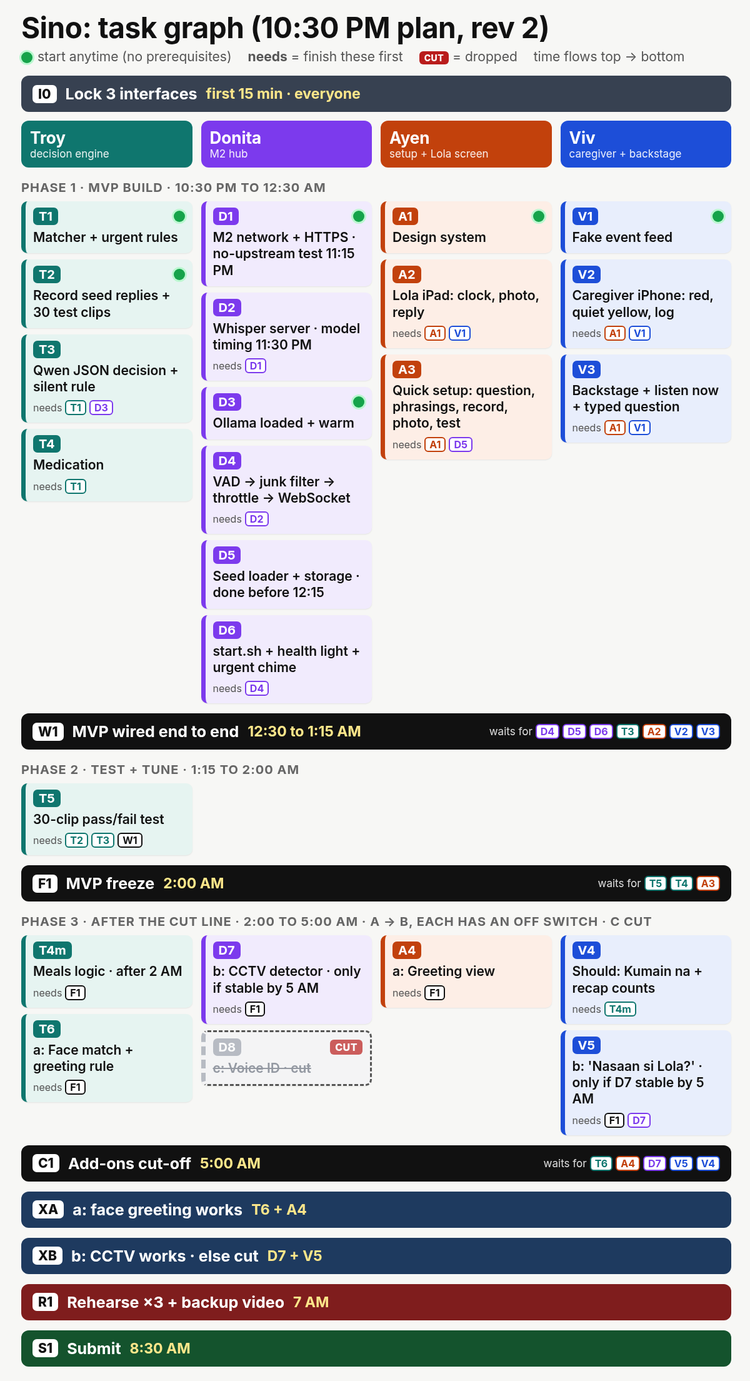
The Mermaid diagram docs/sino/task-graph.png in Troy-LL/appsolutely, before a commit. Its source is kept beside it as docs/sino/task-graph.mmd.
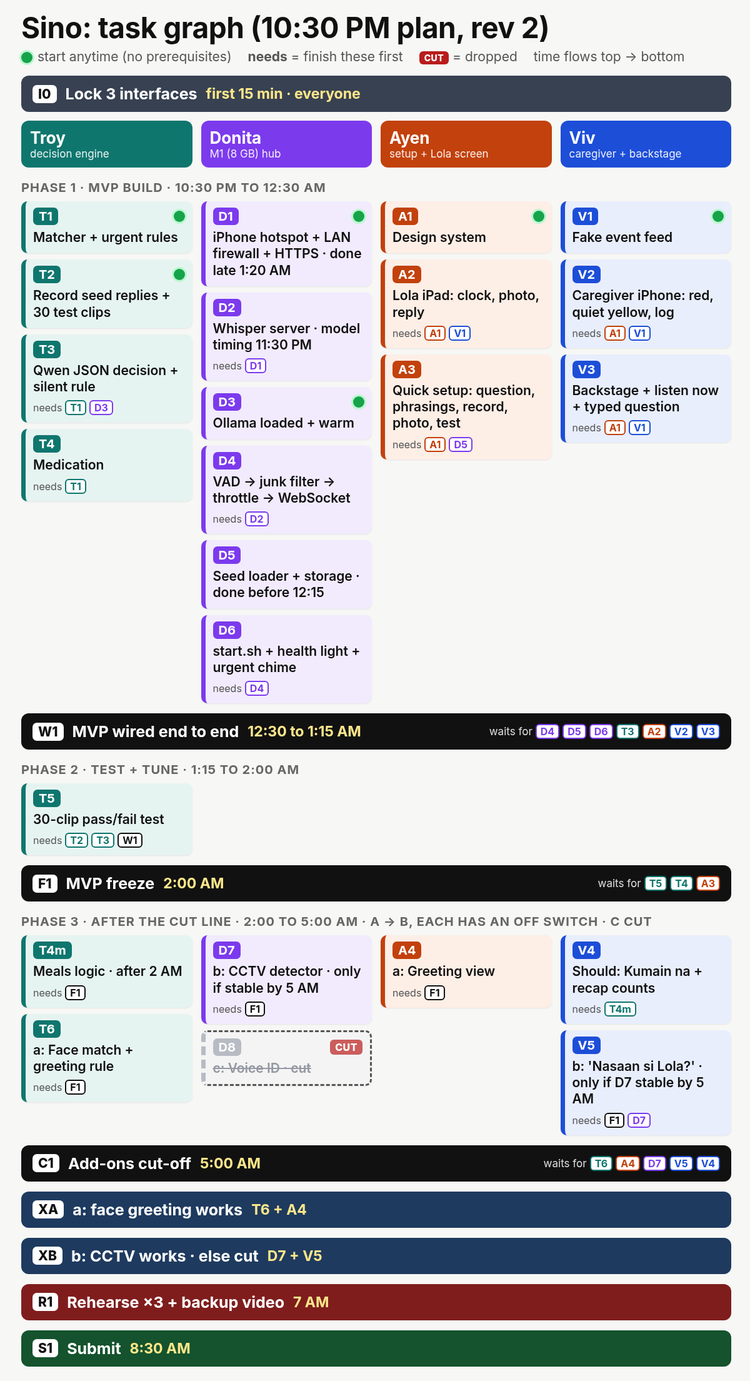
After the commit.

Commit message:
Plan for the M1 8 GB hub and a firewalled hotspot LAN

Change to the diagram source:
```diff
@@ -10,8 +10,8 @@
     T5[T5 30-clip pass/fail test]
     T6[T6 a: Face match + greeting rule]
   end
-  subgraph Donita["Donita · M2 hub"]
-    D1[D1 M2 network + HTTPS · no-upstream test 11:15 PM]
+  subgraph Donita["Donita · M1 (8 GB) hub"]
+    D1[D1 iPhone hotspot + LAN firewall + HTTPS · done late 1:20 AM]
     D2[D2 Whisper server · model timing 11:30 PM]
     D3[D3 Ollama loaded + warm]
     D4[D4 VAD → junk filter → throttle → WebSocket]
```
